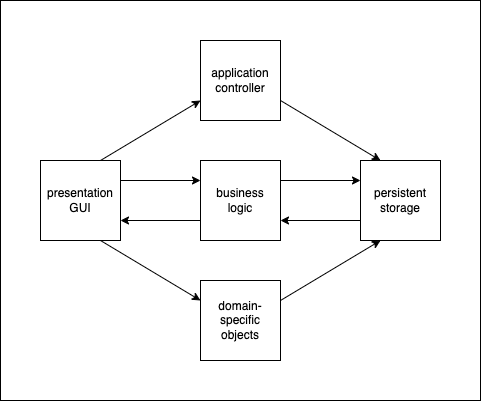
Developik/auction-android-app keeps this draw.io diagram as app-architecture.png. Above is the earlier version. Source tidied: cells renumbered, new cells last; positions are measured from the earlier drawing's top-left corner, leaving out a move shared by most shapes. Source of this version:
```xml
<mxGraphModel>
  <root>
    <mxCell id="0" />
    <mxCell id="1" parent="0" />
    <mxCell id="2" style="rounded=0;whiteSpace=wrap;html=1;" parent="1" vertex="1">
      <mxGeometry width="480" height="400" as="geometry" />
    </mxCell>
    <mxCell id="3" style="edgeStyle=none;rounded=0;jettySize=auto;html=1;exitX=1;exitY=0.25;exitDx=0;exitDy=0;entryX=0;entryY=0.25;entryDx=0;entryDy=0;" parent="1" edge="1" source="6" target="13">
      <mxGeometry relative="1" as="geometry" />
    </mxCell>
    <mxCell id="4" style="edgeStyle=none;rounded=0;jettySize=auto;html=1;exitX=0.75;exitY=1;exitDx=0;exitDy=0;entryX=0;entryY=0.25;entryDx=0;entryDy=0;" parent="1" edge="1" source="6" target="15">
      <mxGeometry relative="1" as="geometry" />
    </mxCell>
    <mxCell id="5" style="edgeStyle=none;rounded=0;jettySize=auto;html=1;exitX=0.75;exitY=0;exitDx=0;exitDy=0;entryX=0;entryY=0.75;entryDx=0;entryDy=0;" parent="1" edge="1" source="6" target="8">
      <mxGeometry relative="1" as="geometry" />
    </mxCell>
    <mxCell id="6" value="presentation&lt;br&gt;GUI" style="whiteSpace=wrap;html=1;" parent="1" vertex="1">
      <mxGeometry x="40" y="160" width="80" height="80" as="geometry" />
    </mxCell>
    <mxCell id="7" style="edgeStyle=none;rounded=0;jettySize=auto;html=1;exitX=1;exitY=0.75;exitDx=0;exitDy=0;entryX=0.25;entryY=0;entryDx=0;entryDy=0;" parent="1" edge="1" source="8" target="10">
      <mxGeometry relative="1" as="geometry" />
    </mxCell>
    <mxCell id="8" value="application&lt;br&gt;controller" style="whiteSpace=wrap;html=1;" parent="1" vertex="1">
      <mxGeometry x="200" y="40" width="80" height="80" as="geometry" />
    </mxCell>
    <mxCell id="9" style="edgeStyle=none;rounded=0;jettySize=auto;html=1;exitX=0;exitY=0.75;exitDx=0;exitDy=0;entryX=1;entryY=0.75;entryDx=0;entryDy=0;" parent="1" edge="1" source="10" target="13">
      <mxGeometry relative="1" as="geometry" />
    </mxCell>
    <mxCell id="10" value="persistent&lt;br&gt;storage" style="whiteSpace=wrap;html=1;" parent="1" vertex="1">
      <mxGeometry x="360" y="160" width="80" height="80" as="geometry" />
    </mxCell>
    <mxCell id="11" style="edgeStyle=none;rounded=0;jettySize=auto;html=1;exitX=0;exitY=0.75;exitDx=0;exitDy=0;entryX=1;entryY=0.75;entryDx=0;entryDy=0;" parent="1" edge="1" source="13" target="6">
      <mxGeometry relative="1" as="geometry" />
    </mxCell>
    <mxCell id="12" style="edgeStyle=none;rounded=0;jettySize=auto;html=1;exitX=1;exitY=0.25;exitDx=0;exitDy=0;entryX=0;entryY=0.25;entryDx=0;entryDy=0;" parent="1" edge="1" source="13" target="10">
      <mxGeometry relative="1" as="geometry" />
    </mxCell>
    <mxCell id="13" value="business&lt;br&gt;logic" style="whiteSpace=wrap;html=1;" parent="1" vertex="1">
      <mxGeometry x="200" y="160" width="80" height="80" as="geometry" />
    </mxCell>
    <mxCell id="14" style="edgeStyle=none;rounded=0;jettySize=auto;html=1;exitX=1;exitY=0.25;exitDx=0;exitDy=0;entryX=0.25;entryY=1;entryDx=0;entryDy=0;" parent="1" edge="1" source="15" target="10">
      <mxGeometry relative="1" as="geometry" />
    </mxCell>
    <mxCell id="15" value="domain-specific&lt;br&gt;objects" style="whiteSpace=wrap;html=1;" parent="1" vertex="1">
      <mxGeometry x="200" y="280" width="80" height="80" as="geometry" />
    </mxCell>
  </root>
</mxGraphModel>
```
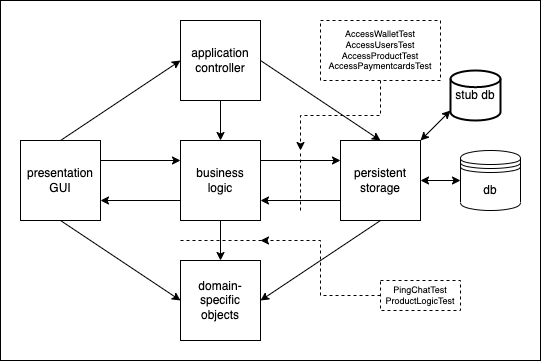
The same file after the commit.

Commit message:
Added Nikhil's newest architecture design.

Change to the diagram source:
```diff
@@ -2,30 +2,36 @@
   <root>
     <mxCell id="0" />
     <mxCell id="1" parent="0" />
-    <mxCell id="2" style="rounded=0;whiteSpace=wrap;html=1;" parent="1" vertex="1">
-      <mxGeometry width="480" height="400" as="geometry" />
-    </mxCell>
+    <mxCell id="16" style="rounded=0;whiteSpace=wrap;html=1;" parent="1" vertex="1">
+      <mxGeometry x="20" y="20" width="540" height="360" as="geometry" />
+    </mxCell>
     <mxCell id="3" style="edgeStyle=none;rounded=0;jettySize=auto;html=1;exitX=1;exitY=0.25;exitDx=0;exitDy=0;entryX=0;entryY=0.25;entryDx=0;entryDy=0;" parent="1" edge="1" source="6" target="13">
       <mxGeometry relative="1" as="geometry" />
     </mxCell>
-    <mxCell id="4" style="edgeStyle=none;rounded=0;jettySize=auto;html=1;exitX=0.75;exitY=1;exitDx=0;exitDy=0;entryX=0;entryY=0.25;entryDx=0;entryDy=0;" parent="1" edge="1" source="6" target="15">
+    <mxCell id="4" style="edgeStyle=none;rounded=0;jettySize=auto;html=1;exitX=0.5;exitY=1;exitDx=0;exitDy=0;entryX=0;entryY=0.5;entryDx=0;entryDy=0;" parent="1" edge="1" source="6" target="15">
       <mxGeometry relative="1" as="geometry" />
     </mxCell>
-    <mxCell id="5" style="edgeStyle=none;rounded=0;jettySize=auto;html=1;exitX=0.75;exitY=0;exitDx=0;exitDy=0;entryX=0;entryY=0.75;entryDx=0;entryDy=0;" parent="1" edge="1" source="6" target="8">
+    <mxCell id="5" style="edgeStyle=none;rounded=0;jettySize=auto;html=1;exitX=0.5;exitY=0;exitDx=0;exitDy=0;entryX=0;entryY=0.5;entryDx=0;entryDy=0;" parent="1" edge="1" source="6" target="8">
       <mxGeometry relative="1" as="geometry" />
     </mxCell>
     <mxCell id="6" value="presentation&lt;br&gt;GUI" style="whiteSpace=wrap;html=1;" parent="1" vertex="1">
       <mxGeometry x="40" y="160" width="80" height="80" as="geometry" />
     </mxCell>
-    <mxCell id="7" style="edgeStyle=none;rounded=0;jettySize=auto;html=1;exitX=1;exitY=0.75;exitDx=0;exitDy=0;entryX=0.25;entryY=0;entryDx=0;entryDy=0;" parent="1" edge="1" source="8" target="10">
+    <mxCell id="7" style="edgeStyle=none;rounded=0;jettySize=auto;html=1;exitX=1;exitY=0.5;exitDx=0;exitDy=0;entryX=0.5;entryY=0;entryDx=0;entryDy=0;" parent="1" edge="1" source="8" target="10">
       <mxGeometry relative="1" as="geometry" />
     </mxCell>
+    <mxCell id="17" style="edgeStyle=orthogonalEdgeStyle;rounded=0;jettySize=auto;html=1;exitX=0.5;exitY=1;exitDx=0;exitDy=0;entryX=0.5;entryY=0;entryDx=0;entryDy=0;startArrow=none;startFill=0;endArrow=classic;endFill=1;" parent="1" edge="1" source="8" target="13">
+      <mxGeometry relative="1" as="geometry" />
+    </mxCell>
     <mxCell id="8" value="application&lt;br&gt;controller" style="whiteSpace=wrap;html=1;" parent="1" vertex="1">
       <mxGeometry x="200" y="40" width="80" height="80" as="geometry" />
     </mxCell>
     <mxCell id="9" style="edgeStyle=none;rounded=0;jettySize=auto;html=1;exitX=0;exitY=0.75;exitDx=0;exitDy=0;entryX=1;entryY=0.75;entryDx=0;entryDy=0;" parent="1" edge="1" source="10" target="13">
       <mxGeometry relative="1" as="geometry" />
     </mxCell>
+    <mxCell id="18" style="edgeStyle=orthogonalEdgeStyle;rounded=0;jettySize=auto;html=1;exitX=1;exitY=0.5;exitDx=0;exitDy=0;startArrow=classic;startFill=1;endArrow=classic;endFill=1;" parent="1" edge="1" source="10" target="20">
+      <mxGeometry relative="1" as="geometry" />
+    </mxCell>
     <mxCell id="10" value="persistent&lt;br&gt;storage" style="whiteSpace=wrap;html=1;" parent="1" vertex="1">
       <mxGeometry x="360" y="160" width="80" height="80" as="geometry" />
     </mxCell>
@@ -35,14 +41,61 @@
     <mxCell id="12" style="edgeStyle=none;rounded=0;jettySize=auto;html=1;exitX=1;exitY=0.25;exitDx=0;exitDy=0;entryX=0;entryY=0.25;entryDx=0;entryDy=0;" parent="1" edge="1" source="13" target="10">
       <mxGeometry relative="1" as="geometry" />
     </mxCell>
+    <mxCell id="19" style="edgeStyle=orthogonalEdgeStyle;rounded=0;jettySize=auto;html=1;exitX=0.5;exitY=1;exitDx=0;exitDy=0;entryX=0.5;entryY=0;entryDx=0;entryDy=0;startArrow=none;startFill=0;endArrow=classic;endFill=1;" parent="1" edge="1" source="13" target="15">
+      <mxGeometry relative="1" as="geometry" />
+    </mxCell>
     <mxCell id="13" value="business&lt;br&gt;logic" style="whiteSpace=wrap;html=1;" parent="1" vertex="1">
       <mxGeometry x="200" y="160" width="80" height="80" as="geometry" />
     </mxCell>
-    <mxCell id="14" style="edgeStyle=none;rounded=0;jettySize=auto;html=1;exitX=1;exitY=0.25;exitDx=0;exitDy=0;entryX=0.25;entryY=1;entryDx=0;entryDy=0;" parent="1" edge="1" source="15" target="10">
+    <mxCell id="14" style="edgeStyle=none;rounded=0;jettySize=auto;html=1;exitX=1;exitY=0.5;exitDx=0;exitDy=0;entryX=0.5;entryY=1;entryDx=0;entryDy=0;endArrow=none;endFill=0;startArrow=classic;startFill=1;" parent="1" edge="1" source="15" target="10">
       <mxGeometry relative="1" as="geometry" />
     </mxCell>
     <mxCell id="15" value="domain-specific&lt;br&gt;objects" style="whiteSpace=wrap;html=1;" parent="1" vertex="1">
       <mxGeometry x="200" y="280" width="80" height="80" as="geometry" />
     </mxCell>
+    <mxCell id="20" value="db" style="shape=datastore;whiteSpace=wrap;html=1;" parent="1" vertex="1">
+      <mxGeometry x="480" y="170" width="60" height="60" as="geometry" />
+    </mxCell>
+    <mxCell id="21" style="endArrow=none;dashed=1;html=1;rounded=0;" parent="1" edge="1">
+      <mxGeometry relative="1" as="geometry">
+        <mxPoint x="320" y="230" as="sourcePoint" />
+        <mxPoint x="320" y="170" as="targetPoint" />
+      </mxGeometry>
+    </mxCell>
+    <mxCell id="22" style="endArrow=classic;startArrow=classic;html=1;rounded=0;" parent="1" edge="1">
+      <mxGeometry relative="1" as="geometry">
+        <mxPoint x="440" y="160" as="sourcePoint" />
+        <mxPoint x="470" y="130" as="targetPoint" />
+      </mxGeometry>
+    </mxCell>
+    <mxCell id="23" value="stub db" style="strokeWidth=2;html=1;shape=mxgraph.flowchart.database;whiteSpace=wrap;" parent="1" vertex="1">
+      <mxGeometry x="470" y="90" width="50" height="50" as="geometry" />
+    </mxCell>
+    <mxCell id="24" style="edgeStyle=orthogonalEdgeStyle;rounded=0;jettySize=auto;html=1;exitX=0.5;exitY=1;exitDx=0;exitDy=0;fontSize=9;dashed=1;" parent="1" edge="1" source="25">
+      <mxGeometry relative="1" as="geometry">
+        <mxPoint x="320" y="170" as="targetPoint" />
+      </mxGeometry>
+    </mxCell>
+    <mxCell id="25" value="AccessWalletTest&lt;br&gt;AccessUsersTest&lt;br&gt;AccessProductTest&lt;br&gt;AccessPaymentcardsTest" style="rounded=0;whiteSpace=wrap;html=1;fontSize=9;dashed=1;" parent="1" vertex="1">
+      <mxGeometry x="340" y="40" width="120" height="60" as="geometry" />
+    </mxCell>
+    <mxCell id="26" style="edgeStyle=orthogonalEdgeStyle;rounded=0;jettySize=auto;html=1;dashed=1;fontSize=9;" parent="1" edge="1" source="27">
+      <mxGeometry relative="1" as="geometry">
+        <mxPoint x="280" y="260" as="targetPoint" />
+        <Array as="points">
+          <mxPoint x="340" y="315" />
+          <mxPoint x="340" y="260" />
+        </Array>
+      </mxGeometry>
+    </mxCell>
+    <mxCell id="27" value="PingChatTest&lt;br&gt;ProductLogicTest" style="rounded=0;whiteSpace=wrap;html=1;fontSize=9;dashed=1;" parent="1" vertex="1">
+      <mxGeometry x="400" y="300" width="80" height="30" as="geometry" />
+    </mxCell>
+    <mxCell id="28" style="endArrow=none;dashed=1;html=1;rounded=0;" parent="1" edge="1">
+      <mxGeometry relative="1" as="geometry">
+        <mxPoint x="200" y="260" as="sourcePoint" />
+        <mxPoint x="285" y="260" as="targetPoint" />
+      </mxGeometry>
+    </mxCell>
   </root>
 </mxGraphModel>
```
